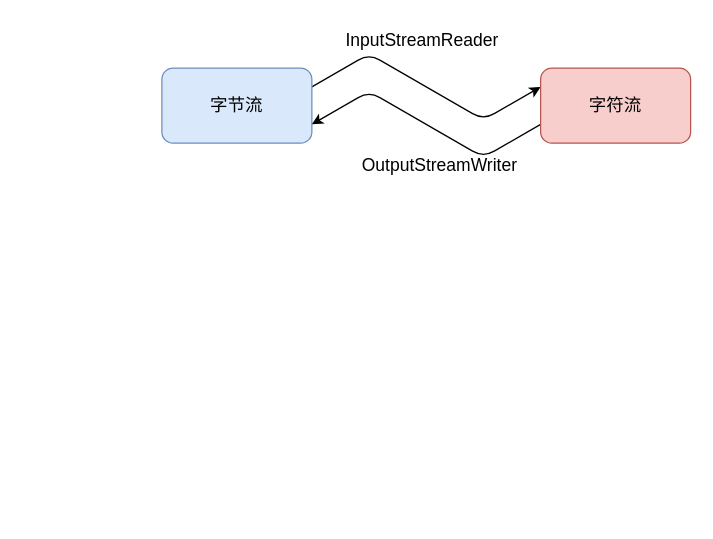
Above: page "IO" (9 of 9) of Untitled Diagram.drawio in itwanger/drwa.io (draw.io), before the change. Source tidied: cells renumbered, new cells numbered last; positions are measured from the earlier drawing's top-left corner, leaving out a move shared by most shapes. Both pictures are drawn from the tidied source at 125%, with x=0, y=0 at pixel (161, 21).
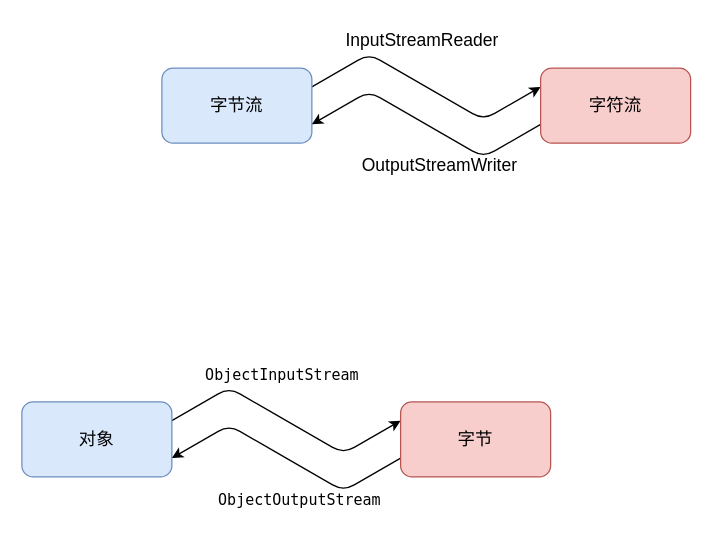
The same page after the edit.

What changed in the source:
```diff
@@
 <mxGraphModel>
   <root>
     <mxCell id="0" />
     <mxCell id="1" parent="0" />
     <mxCell id="2" style="edgeStyle=isometricEdgeStyle;jettySize=auto;html=1;exitX=1;exitY=0.25;exitDx=0;exitDy=0;entryX=0;entryY=0.25;entryDx=0;entryDy=0;fontSize=14;" parent="1" edge="1" source="3" target="5">
       <mxGeometry relative="1" as="geometry" />
     </mxCell>
     <mxCell id="3" value="字节流" style="rounded=1;whiteSpace=wrap;html=1;fontSize=14;fillColor=#dae8fc;strokeColor=#6c8ebf;" parent="1" vertex="1">
       <mxGeometry y="37" width="120" height="60" as="geometry" />
     </mxCell>
     <mxCell id="4" style="edgeStyle=isometricEdgeStyle;jettySize=auto;html=1;exitX=0;exitY=0.75;exitDx=0;exitDy=0;entryX=1;entryY=0.75;entryDx=0;entryDy=0;fontSize=14;" parent="1" edge="1" source="5" target="3">
       <mxGeometry relative="1" as="geometry" />
     </mxCell>
     <mxCell id="5" value="字符流" style="whiteSpace=wrap;html=1;rounded=1;fontSize=14;fillColor=#f8cecc;strokeColor=#b85450;" parent="1" vertex="1">
       <mxGeometry x="303" y="37" width="120" height="60" as="geometry" />
     </mxCell>
     <mxCell id="6" value="InputStreamReader" style="text;html=1;strokeColor=none;fillColor=none;align=center;verticalAlign=middle;whiteSpace=wrap;rounded=0;fontSize=14;" parent="1" vertex="1">
       <mxGeometry x="120" width="177" height="30" as="geometry" />
     </mxCell>
     <mxCell id="7" value="OutputStreamWriter" style="text;html=1;strokeColor=none;fillColor=none;align=center;verticalAlign=middle;whiteSpace=wrap;rounded=0;fontSize=14;" parent="1" vertex="1">
       <mxGeometry x="149" y="100" width="147" height="30" as="geometry" />
     </mxCell>
+    <mxCell id="8" style="edgeStyle=isometricEdgeStyle;jettySize=auto;html=1;exitX=1;exitY=0.25;exitDx=0;exitDy=0;entryX=0;entryY=0.25;entryDx=0;entryDy=0;fontSize=14;" parent="1" edge="1" source="9" target="11">
+      <mxGeometry relative="1" as="geometry" />
+    </mxCell>
+    <mxCell id="9" value="对象" style="rounded=1;whiteSpace=wrap;html=1;fontSize=14;fillColor=#dae8fc;strokeColor=#6c8ebf;" parent="1" vertex="1">
+      <mxGeometry x="-112" y="304" width="120" height="60" as="geometry" />
+    </mxCell>
+    <mxCell id="10" style="edgeStyle=isometricEdgeStyle;jettySize=auto;html=1;exitX=0;exitY=0.75;exitDx=0;exitDy=0;entryX=1;entryY=0.75;entryDx=0;entryDy=0;fontSize=14;" parent="1" edge="1" source="11" target="9">
+      <mxGeometry relative="1" as="geometry" />
+    </mxCell>
+    <mxCell id="11" value="字节" style="whiteSpace=wrap;html=1;rounded=1;fontSize=14;fillColor=#f8cecc;strokeColor=#b85450;" parent="1" vertex="1">
+      <mxGeometry x="191" y="304" width="120" height="60" as="geometry" />
+    </mxCell>
+    <mxCell id="12" value="&lt;div style=&quot;font-family: Menlo, Monaco, &amp;quot;Courier New&amp;quot;, monospace; font-size: 12px; line-height: 18px;&quot;&gt;ObjectInputStream&lt;/div&gt;" style="text;html=1;strokeColor=none;fillColor=none;align=center;verticalAlign=middle;whiteSpace=wrap;rounded=0;fontSize=14;" parent="1" vertex="1">
+      <mxGeometry x="8" y="267" width="177" height="30" as="geometry" />
+    </mxCell>
+    <mxCell id="13" value="&lt;div style=&quot;font-family: Menlo, Monaco, &amp;quot;Courier New&amp;quot;, monospace; font-size: 12px; line-height: 18px;&quot;&gt;ObjectOutputStream&lt;/div&gt;" style="text;html=1;strokeColor=none;fillColor=none;align=center;verticalAlign=middle;whiteSpace=wrap;rounded=0;fontSize=14;" parent="1" vertex="1">
+      <mxGeometry x="37" y="367" width="147" height="30" as="geometry" />
+    </mxCell>
   </root>
 </mxGraphModel>
```
